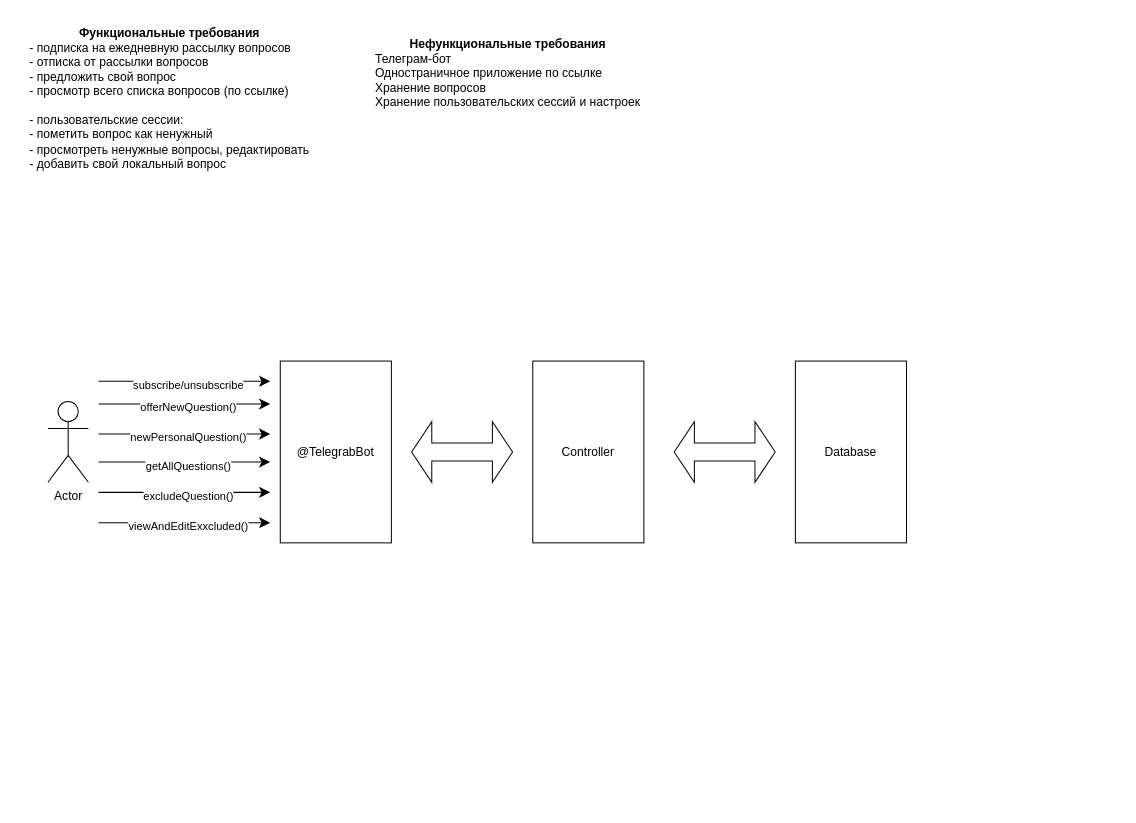
Before: SobesCracker.drawio in maksarts/test-project-files, a draw.io diagram. Source tidied: cells renumbered, new cells numbered last; positions are measured from the earlier drawing's top-left corner, leaving out a move shared by most shapes. Both pictures are drawn from the tidied source at 101%, with x=0, y=0 at pixel (17, 17).
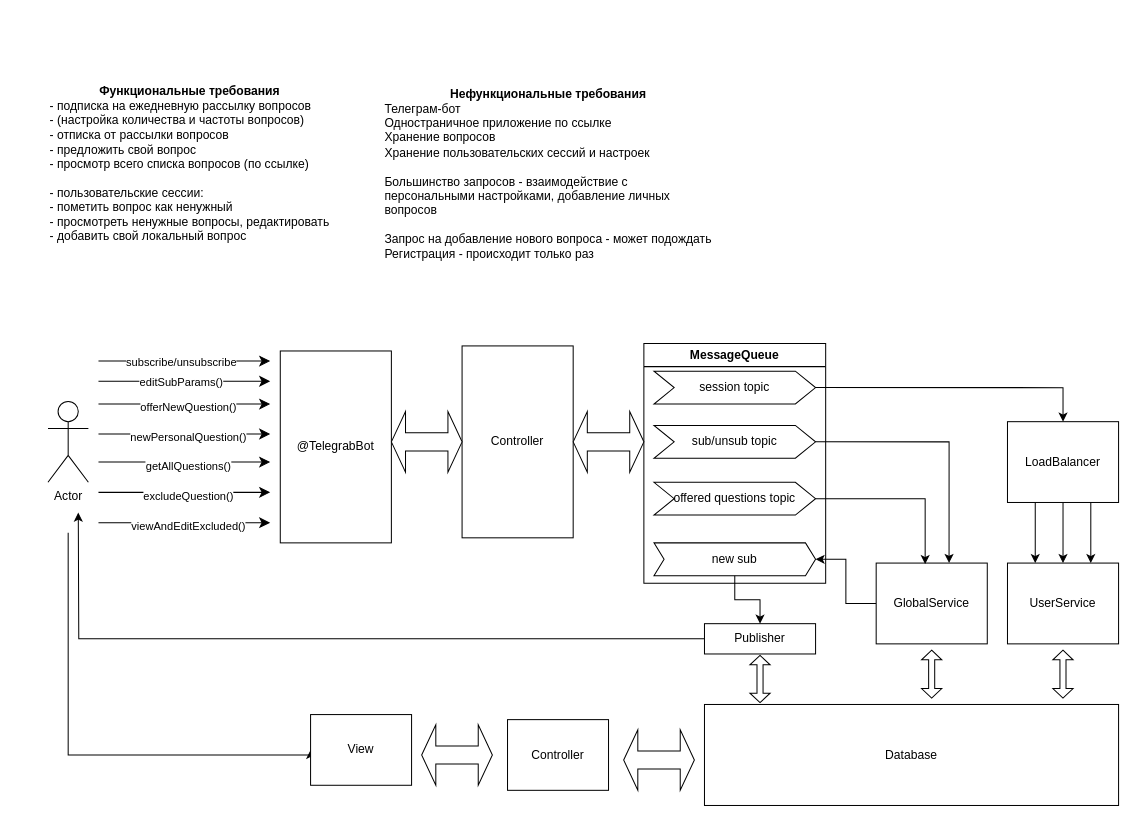
The same page after the edit.

Unchanged cells that the change refers to:
```xml
<mxCell id="6" style="edgeStyle=segmentEdgeStyle;endArrow=classic;html=1;curved=0;rounded=0;endSize=8;startSize=8;" parent="1" edge="1">
  <mxGeometry relative="1" as="geometry">
    <mxPoint x="80" y="360" as="sourcePoint" />
    <mxPoint x="250" y="360" as="targetPoint" />
    <Array as="points">
      <mxPoint x="220" y="360" />
    </Array>
  </mxGeometry>
</mxCell>
<mxCell id="16" style="edgeStyle=segmentEdgeStyle;endArrow=classic;html=1;curved=0;rounded=0;endSize=8;startSize=8;" parent="1" edge="1">
  <mxGeometry relative="1" as="geometry">
    <mxPoint x="80" y="500" as="sourcePoint" />
    <mxPoint x="250" y="500" as="targetPoint" />
    <Array as="points">
      <mxPoint x="220" y="500" />
    </Array>
  </mxGeometry>
</mxCell>
```

What changed in the source:
```diff
@@
-    <mxCell id="2" value="&lt;b&gt;Функциональные требования&lt;/b&gt;&lt;div style=&quot;text-align: left;&quot;&gt;- подписка на ежедневную рассылку вопросов&lt;/div&gt;&lt;div style=&quot;text-align: left;&quot;&gt;- отписка от рассылки вопросов&lt;/div&gt;&lt;div style=&quot;text-align: left;&quot;&gt;- предложить свой вопрос&lt;/div&gt;&lt;div style=&quot;text-align: left;&quot;&gt;- просмотр всего списка вопросов (по ссылке)&lt;/div&gt;&lt;div style=&quot;text-align: left;&quot;&gt;&lt;br&gt;&lt;/div&gt;&lt;div style=&quot;text-align: left;&quot;&gt;- пользовательские сессии:&lt;/div&gt;&lt;div style=&quot;text-align: left;&quot;&gt;- пометить вопрос как ненужный&lt;/div&gt;&lt;div style=&quot;text-align: left;&quot;&gt;- просмотреть ненужные вопросы, редактировать&lt;/div&gt;&lt;div style=&quot;text-align: left;&quot;&gt;- добавить свой локальный вопрос&lt;/div&gt;" style="text;html=1;align=center;verticalAlign=middle;strokeColor=none;fillColor=none;" parent="1" vertex="1">
-      <mxGeometry width="300" height="160" as="geometry" />
+    <mxCell id="2" value="&lt;b&gt;Функциональные требования&lt;/b&gt;&lt;div style=&quot;text-align: left;&quot;&gt;- подписка на ежедневную рассылку вопросов&lt;/div&gt;&lt;div style=&quot;text-align: left;&quot;&gt;- (настройка количества и частоты вопросов)&lt;/div&gt;&lt;div style=&quot;text-align: left;&quot;&gt;- отписка от рассылки вопросов&lt;/div&gt;&lt;div style=&quot;text-align: left;&quot;&gt;- предложить свой вопрос&lt;/div&gt;&lt;div style=&quot;text-align: left;&quot;&gt;- просмотр всего списка вопросов (по ссылке)&lt;/div&gt;&lt;div style=&quot;text-align: left;&quot;&gt;&lt;br&gt;&lt;/div&gt;&lt;div style=&quot;text-align: left;&quot;&gt;- пользовательские сессии:&lt;/div&gt;&lt;div style=&quot;text-align: left;&quot;&gt;- пометить вопрос как ненужный&lt;/div&gt;&lt;div style=&quot;text-align: left;&quot;&gt;- просмотреть ненужные вопросы, редактировать&lt;/div&gt;&lt;div style=&quot;text-align: left;&quot;&gt;- добавить свой локальный вопрос&lt;/div&gt;" style="text;html=1;align=center;verticalAlign=middle;strokeColor=none;fillColor=none;" parent="1" vertex="1">
+      <mxGeometry x="20" y="60" width="300" height="170" as="geometry" />
     </mxCell>
-    <mxCell id="3" value="&lt;b&gt;Нефункциональные требования&lt;/b&gt;&lt;div style=&quot;text-align: left;&quot;&gt;Телеграм-бот&lt;/div&gt;&lt;div style=&quot;text-align: left;&quot;&gt;Одностраничное приложение по ссылке&lt;/div&gt;&lt;div style=&quot;text-align: left;&quot;&gt;Хранение вопросов&lt;/div&gt;&lt;div style=&quot;text-align: left;&quot;&gt;Хранение пользовательских сессий и настроек&lt;/div&gt;" style="text;html=1;align=center;verticalAlign=middle;strokeColor=none;fillColor=none;" parent="1" vertex="1">
-      <mxGeometry x="340" y="10" width="290" height="90" as="geometry" />
+    <mxCell id="3" value="&lt;b&gt;Нефункциональные требования&lt;/b&gt;&lt;div style=&quot;text-align: left;&quot;&gt;Телеграм-бот&lt;/div&gt;&lt;div style=&quot;text-align: left;&quot;&gt;Одностраничное приложение по ссылке&lt;/div&gt;&lt;div style=&quot;text-align: left;&quot;&gt;Хранение вопросов&lt;/div&gt;&lt;div style=&quot;text-align: left;&quot;&gt;Хранение пользовательских сессий и настроек&lt;/div&gt;&lt;div style=&quot;text-align: left;&quot;&gt;&lt;br&gt;&lt;/div&gt;&lt;div style=&quot;text-align: left;&quot;&gt;Большинство запросов - взаимодействие с&lt;/div&gt;&lt;div style=&quot;text-align: left;&quot;&gt;персональными настройками, добавление личных&lt;/div&gt;&lt;div style=&quot;text-align: left;&quot;&gt;вопросов&lt;/div&gt;&lt;div style=&quot;text-align: left;&quot;&gt;&lt;br&gt;&lt;/div&gt;&lt;div style=&quot;text-align: left;&quot;&gt;Запрос на добавление нового вопроса - может подождать&lt;/div&gt;&lt;div style=&quot;text-align: left;&quot;&gt;Регистрация - происходит только раз&lt;/div&gt;" style="text;html=1;align=center;verticalAlign=middle;strokeColor=none;fillColor=none;" parent="1" vertex="1">
+      <mxGeometry x="350" y="60" width="350" height="190" as="geometry" />
     </mxCell>
+    <mxCell id="22" style="edgeStyle=orthogonalEdgeStyle;rounded=0;jettySize=auto;html=1;entryX=0;entryY=0.5;entryDx=0;entryDy=0;" parent="1" edge="1" target="41">
+      <mxGeometry relative="1" as="geometry">
+        <mxPoint x="50" y="510" as="sourcePoint" />
+        <Array as="points">
+          <mxPoint x="50" y="730" />
+        </Array>
+      </mxGeometry>
+    </mxCell>
@@
     <mxCell id="5" value="@TelegrabBot" style="html=1;whiteSpace=wrap;" parent="1" vertex="1">
-      <mxGeometry x="260" y="340" width="110" height="180" as="geometry" />
+      <mxGeometry x="260" y="330" width="110" height="190" as="geometry" />
     </mxCell>
@@
-    <mxCell id="7" value="subscribe/unsubscribe" style="edgeLabel;html=1;align=center;verticalAlign=middle;" parent="6" vertex="1">
-      <mxGeometry x="0.03" y="-3" relative="1" as="geometry" />
+    <mxCell id="7" value="editSubParams()" style="edgeLabel;html=1;align=center;verticalAlign=middle;" parent="6" vertex="1">
+      <mxGeometry x="0.03" y="-3" relative="1" as="geometry">
+        <mxPoint x="-7" y="-3" as="offset" />
+      </mxGeometry>
     </mxCell>
@@
-    <mxCell id="17" value="viewAndEditExxcluded()" style="edgeLabel;html=1;align=center;verticalAlign=middle;" parent="16" vertex="1">
+    <mxCell id="17" value="viewAndEditExcluded()" style="edgeLabel;html=1;align=center;verticalAlign=middle;" parent="16" vertex="1">
       <mxGeometry x="0.03" y="-3" relative="1" as="geometry" />
     </mxCell>
     <mxCell id="18" value="Controller" style="html=1;whiteSpace=wrap;" parent="1" vertex="1">
-      <mxGeometry x="510" y="340" width="110" height="180" as="geometry" />
+      <mxGeometry x="440" y="325" width="110" height="190" as="geometry" />
     </mxCell>
     <mxCell id="19" style="shape=doubleArrow;whiteSpace=wrap;html=1;" parent="1" vertex="1">
-      <mxGeometry x="390" y="400" width="100" height="60" as="geometry" />
+      <mxGeometry x="370" y="390" width="70" height="60" as="geometry" />
     </mxCell>
-    <mxCell id="20" style="shape=doubleArrow;whiteSpace=wrap;html=1;" parent="1" vertex="1">
-      <mxGeometry x="650" y="400" width="100" height="60" as="geometry" />
-    </mxCell>
     <mxCell id="21" value="Database" style="html=1;whiteSpace=wrap;" parent="1" vertex="1">
-      <mxGeometry x="770" y="340" width="110" height="180" as="geometry" />
+      <mxGeometry x="680" y="680" width="410" height="100" as="geometry" />
     </mxCell>
+    <mxCell id="23" style="edgeStyle=segmentEdgeStyle;endArrow=classic;html=1;curved=0;rounded=0;endSize=8;startSize=8;" parent="1" edge="1">
+      <mxGeometry relative="1" as="geometry">
+        <mxPoint x="80" y="340" as="sourcePoint" />
+        <mxPoint x="250" y="340" as="targetPoint" />
+        <Array as="points">
+          <mxPoint x="220" y="340" />
+        </Array>
+      </mxGeometry>
+    </mxCell>
+    <mxCell id="24" value="subscribe/unsubscribe" style="edgeLabel;html=1;align=center;verticalAlign=middle;" parent="23" vertex="1">
+      <mxGeometry x="0.03" y="-3" relative="1" as="geometry">
+        <mxPoint x="-7" y="-3" as="offset" />
+      </mxGeometry>
+    </mxCell>
+    <mxCell id="25" value="MessageQueue" style="swimlane;whiteSpace=wrap;html=1;" parent="1" vertex="1">
+      <mxGeometry x="620" y="322.5" width="180" height="237.5" as="geometry" />
+    </mxCell>
+    <mxCell id="26" value="session topic" style="shape=step;perimeter=stepPerimeter;whiteSpace=wrap;html=1;fixedSize=1;" parent="25" vertex="1">
+      <mxGeometry x="10" y="27.5" width="160" height="32.5" as="geometry" />
+    </mxCell>
+    <mxCell id="27" value="sub/unsub topic" style="shape=step;perimeter=stepPerimeter;whiteSpace=wrap;html=1;fixedSize=1;" parent="25" vertex="1">
+      <mxGeometry x="10" y="81.2" width="160" height="32.5" as="geometry" />
+    </mxCell>
+    <mxCell id="28" value="offered questions topic" style="shape=step;perimeter=stepPerimeter;whiteSpace=wrap;html=1;fixedSize=1;" parent="25" vertex="1">
+      <mxGeometry x="10" y="137.5" width="160" height="32.5" as="geometry" />
+    </mxCell>
+    <mxCell id="29" value="new sub" style="shape=step;perimeter=stepPerimeter;whiteSpace=wrap;html=1;fixedSize=1;size=10;" parent="25" vertex="1">
+      <mxGeometry x="10" y="197.5" width="160" height="32.5" as="geometry" />
+    </mxCell>
+    <mxCell id="30" style="shape=doubleArrow;whiteSpace=wrap;html=1;" parent="1" vertex="1">
+      <mxGeometry x="550" y="390" width="70" height="60" as="geometry" />
+    </mxCell>
+    <mxCell id="31" style="edgeStyle=orthogonalEdgeStyle;rounded=0;jettySize=auto;html=1;exitX=0;exitY=0.5;exitDx=0;exitDy=0;entryX=1;entryY=0.5;entryDx=0;entryDy=0;" parent="1" edge="1" source="32" target="29">
+      <mxGeometry relative="1" as="geometry" />
+    </mxCell>
+    <mxCell id="32" value="GlobalService" style="html=1;whiteSpace=wrap;" parent="1" vertex="1">
+      <mxGeometry x="850" y="540" width="110" height="80" as="geometry" />
+    </mxCell>
+    <mxCell id="33" style="edgeStyle=orthogonalEdgeStyle;rounded=0;jettySize=auto;html=1;exitX=1;exitY=0.5;exitDx=0;exitDy=0;entryX=0.656;entryY=-0.001;entryDx=0;entryDy=0;entryPerimeter=0;" parent="1" edge="1" source="27" target="32">
+      <mxGeometry relative="1" as="geometry" />
+    </mxCell>
+    <mxCell id="34" style="edgeStyle=orthogonalEdgeStyle;rounded=0;jettySize=auto;html=1;exitX=1;exitY=0.5;exitDx=0;exitDy=0;entryX=0.441;entryY=0.013;entryDx=0;entryDy=0;entryPerimeter=0;" parent="1" edge="1" source="28" target="32">
+      <mxGeometry relative="1" as="geometry" />
+    </mxCell>
+    <mxCell id="35" style="edgeStyle=orthogonalEdgeStyle;rounded=0;jettySize=auto;html=1;exitX=0.25;exitY=1;exitDx=0;exitDy=0;entryX=0.25;entryY=0;entryDx=0;entryDy=0;" parent="1" edge="1" source="38" target="40">
+      <mxGeometry relative="1" as="geometry" />
+    </mxCell>
+    <mxCell id="36" style="edgeStyle=orthogonalEdgeStyle;rounded=0;jettySize=auto;html=1;exitX=0.5;exitY=1;exitDx=0;exitDy=0;entryX=0.5;entryY=0;entryDx=0;entryDy=0;" parent="1" edge="1" source="38" target="40">
+      <mxGeometry relative="1" as="geometry" />
+    </mxCell>
+    <mxCell id="37" style="edgeStyle=orthogonalEdgeStyle;rounded=0;jettySize=auto;html=1;exitX=0.75;exitY=1;exitDx=0;exitDy=0;entryX=0.75;entryY=0;entryDx=0;entryDy=0;" parent="1" edge="1" source="38" target="40">
+      <mxGeometry relative="1" as="geometry" />
+    </mxCell>
+    <mxCell id="38" value="LoadBalancer" style="html=1;whiteSpace=wrap;" parent="1" vertex="1">
+      <mxGeometry x="980" y="400" width="110" height="80" as="geometry" />
+    </mxCell>
+    <mxCell id="39" style="edgeStyle=orthogonalEdgeStyle;rounded=0;jettySize=auto;html=1;exitX=1;exitY=0.5;exitDx=0;exitDy=0;entryX=0.5;entryY=0;entryDx=0;entryDy=0;" parent="1" edge="1" source="26" target="38">
+      <mxGeometry relative="1" as="geometry" />
+    </mxCell>
+    <mxCell id="40" value="UserService" style="html=1;whiteSpace=wrap;" parent="1" vertex="1">
+      <mxGeometry x="980" y="540" width="110" height="80" as="geometry" />
+    </mxCell>
+    <mxCell id="41" value="View" style="html=1;whiteSpace=wrap;" parent="1" vertex="1">
+      <mxGeometry x="290" y="690" width="100" height="70" as="geometry" />
+    </mxCell>
+    <mxCell id="42" style="shape=doubleArrow;whiteSpace=wrap;html=1;" parent="1" vertex="1">
+      <mxGeometry x="600" y="705" width="70" height="60" as="geometry" />
+    </mxCell>
+    <mxCell id="43" value="Controller" style="html=1;whiteSpace=wrap;" parent="1" vertex="1">
+      <mxGeometry x="485" y="695" width="100" height="70" as="geometry" />
+    </mxCell>
+    <mxCell id="44" style="shape=doubleArrow;whiteSpace=wrap;html=1;" parent="1" vertex="1">
+      <mxGeometry x="400" y="700" width="70" height="60" as="geometry" />
+    </mxCell>
+    <mxCell id="45" style="edgeStyle=orthogonalEdgeStyle;rounded=0;jettySize=auto;html=1;" parent="1" edge="1" source="46">
+      <mxGeometry relative="1" as="geometry">
+        <mxPoint x="60" y="490" as="targetPoint" />
+      </mxGeometry>
+    </mxCell>
+    <mxCell id="46" value="Publisher" style="html=1;whiteSpace=wrap;" parent="1" vertex="1">
+      <mxGeometry x="680" y="600" width="110" height="30" as="geometry" />
+    </mxCell>
+    <mxCell id="47" style="shape=doubleArrow;whiteSpace=wrap;html=1;rotation=90;" parent="1" vertex="1">
+      <mxGeometry x="711.6" y="644.8" width="46.8" height="20" as="geometry" />
+    </mxCell>
+    <mxCell id="48" style="edgeStyle=orthogonalEdgeStyle;rounded=0;jettySize=auto;html=1;entryX=0.5;entryY=0;entryDx=0;entryDy=0;" parent="1" edge="1" source="29" target="46">
+      <mxGeometry relative="1" as="geometry" />
+    </mxCell>
+    <mxCell id="49" style="shape=doubleArrow;whiteSpace=wrap;html=1;rotation=90;" parent="1" vertex="1">
+      <mxGeometry x="881.2" y="640" width="47.5" height="20" as="geometry" />
+    </mxCell>
+    <mxCell id="50" style="shape=doubleArrow;whiteSpace=wrap;html=1;rotation=90;" parent="1" vertex="1">
+      <mxGeometry x="1011.2" y="640" width="47.5" height="20" as="geometry" />
+    </mxCell>
```
